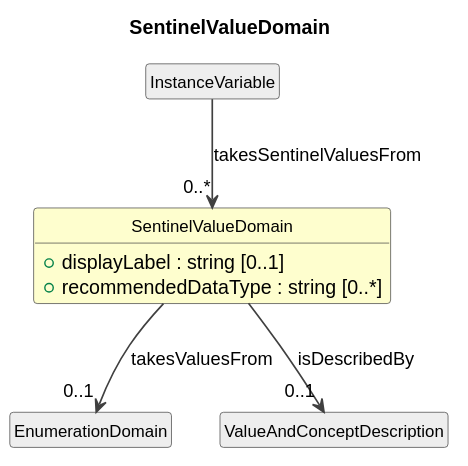
Cross-Domain-Interoperability-Framework/metadataBuildingBlocks keeps this PlantUML diagram as cdif-uml-model/BasicDataDescription/Classes/SentinelValueDomain.svg. Above is the earlier version. Its diagram source:
```plantuml
@startuml
title SentinelValueDomain
hide circle
hide empty members
skinparam shadowing false
skinparam ArrowThickness 1.2
skinparam class {
  ArrowColor #404040
  BorderColor #404040
  FontSize 12
}

class "SentinelValueDomain" as SentinelValueDomain #FEFECE {
  +displayLabel : string [0..1]
  +recommendedDataType : string [0..*]
}
class "InstanceVariable" as InstanceVariable #EEEEEE
InstanceVariable --> "0..*" SentinelValueDomain : takesSentinelValuesFrom
class "EnumerationDomain" as EnumerationDomain #EEEEEE
SentinelValueDomain --> "0..1" EnumerationDomain : takesValuesFrom
class "ValueAndConceptDescription" as ValueAndConceptDescription #EEEEEE
SentinelValueDomain --> "0..1" ValueAndConceptDescription : isDescribedBy
@enduml
```
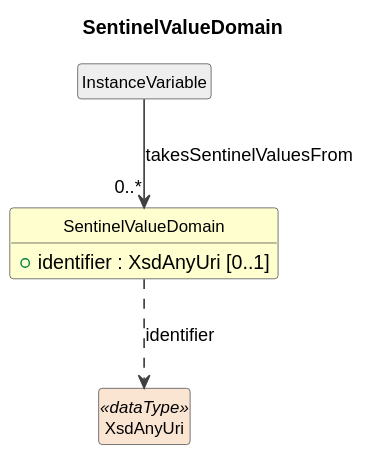
Above is the later version.

Change to the diagram source:
```diff
@@ -11,13 +11,10 @@
 }
 
 class "SentinelValueDomain" as SentinelValueDomain #FEFECE {
-  +displayLabel : string [0..1]
-  +recommendedDataType : string [0..*]
+  +identifier : XsdAnyUri [0..1]
 }
 class "InstanceVariable" as InstanceVariable #EEEEEE
 InstanceVariable --> "0..*" SentinelValueDomain : takesSentinelValuesFrom
-class "EnumerationDomain" as EnumerationDomain #EEEEEE
-SentinelValueDomain --> "0..1" EnumerationDomain : takesValuesFrom
-class "ValueAndConceptDescription" as ValueAndConceptDescription #EEEEEE
-SentinelValueDomain --> "0..1" ValueAndConceptDescription : isDescribedBy
+class "XsdAnyUri" as XsdAnyUri <<dataType>> #FAE5D3
+SentinelValueDomain ..> XsdAnyUri : identifier
 @enduml
```
